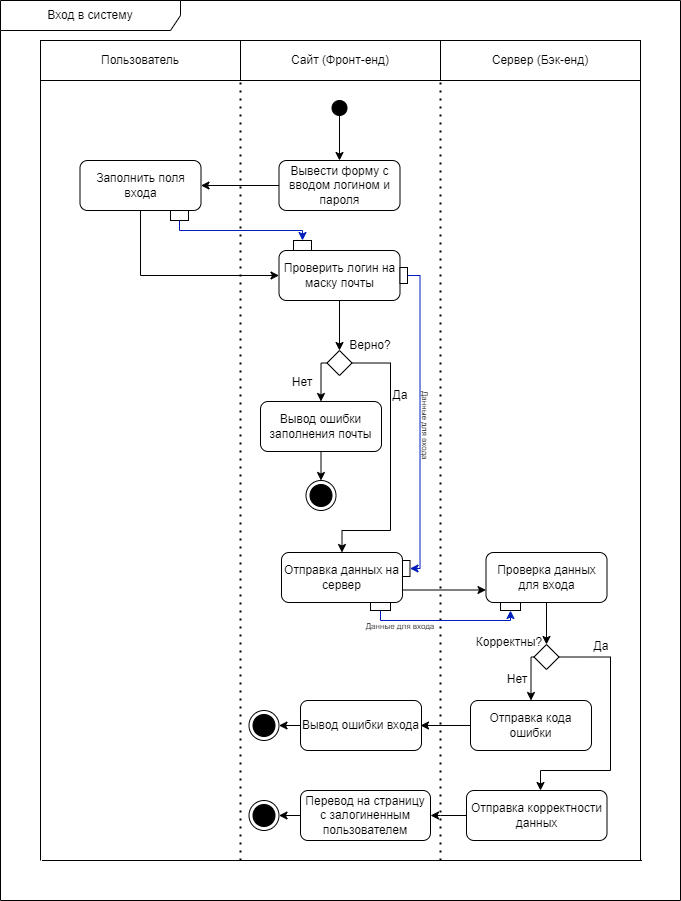
AS2/habrolink keeps this draw.io diagram as docs/activity_diagrams/вход в систему.png. Above is the earlier version. Source tidied: cells renumbered, new cells last; positions are measured from the earlier drawing's top-left corner, leaving out a move shared by most shapes.
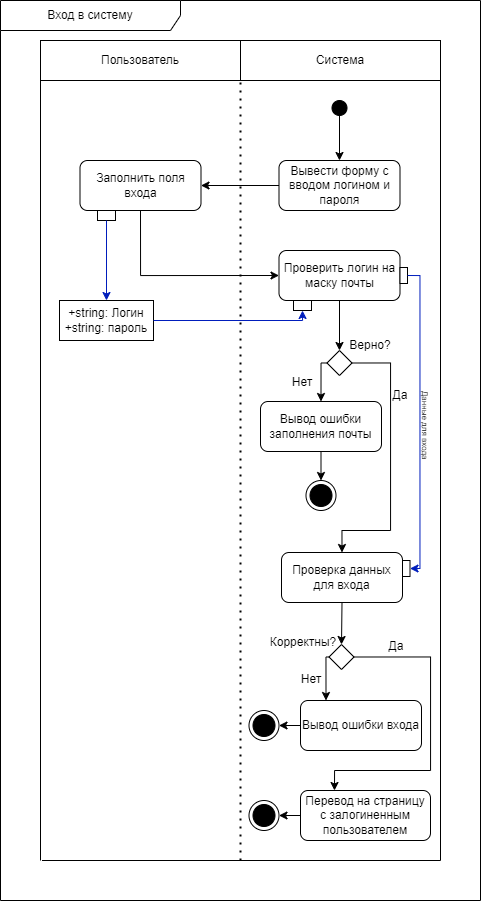
Later version of the same file.

Diff of the diagram source:
```diff
@@ -8,12 +8,9 @@
     <mxCell id="3" value="Пользователь" style="text;html=1;strokeColor=default;fillColor=none;align=center;verticalAlign=middle;whiteSpace=wrap;rounded=0;" parent="1" vertex="1">
       <mxGeometry x="40" y="40" width="200" height="40" as="geometry" />
     </mxCell>
-    <mxCell id="4" value="Сайт (Фронт-енд)" style="text;html=1;strokeColor=default;fillColor=none;align=center;verticalAlign=middle;whiteSpace=wrap;rounded=0;" parent="1" vertex="1">
+    <mxCell id="4" value="Система" style="text;html=1;strokeColor=default;fillColor=none;align=center;verticalAlign=middle;whiteSpace=wrap;rounded=0;" parent="1" vertex="1">
       <mxGeometry x="240" y="40" width="200" height="40" as="geometry" />
     </mxCell>
-    <mxCell id="5" value="Сервер (Бэк-енд)" style="text;html=1;strokeColor=default;fillColor=none;align=center;verticalAlign=middle;whiteSpace=wrap;rounded=0;" parent="1" vertex="1">
-      <mxGeometry x="440" y="40" width="200" height="40" as="geometry" />
-    </mxCell>
     <mxCell id="6" style="endArrow=classic;html=1;rounded=0;exitX=0.5;exitY=1;exitDx=0;exitDy=0;" parent="1" edge="1" source="2">
       <mxGeometry relative="1" as="geometry">
         <mxPoint x="339" y="160" as="targetPoint" />
@@ -37,8 +34,9 @@
     <mxCell id="12" style="endArrow=classic;html=1;rounded=0;exitX=0.5;exitY=1;exitDx=0;exitDy=0;entryX=0.5;entryY=0;entryDx=0;entryDy=0;" parent="1" edge="1" source="11" target="15">
       <mxGeometry relative="1" as="geometry" />
     </mxCell>
-    <mxCell id="13" style="edgeStyle=orthogonalEdgeStyle;rounded=0;jettySize=auto;html=1;exitX=1;exitY=0.5;exitDx=0;exitDy=0;entryX=0.5;entryY=0;entryDx=0;entryDy=0;" parent="1" edge="1" source="15" target="23">
+    <mxCell id="13" style="edgeStyle=orthogonalEdgeStyle;rounded=0;jettySize=auto;html=1;exitX=1;exitY=0.5;exitDx=0;exitDy=0;entryX=0.5;entryY=0;entryDx=0;entryDy=0;" parent="1" edge="1" source="15">
       <mxGeometry relative="1" as="geometry">
+        <mxPoint x="341.5" y="552" as="targetPoint" />
         <Array as="points">
           <mxPoint x="390" y="363" />
           <mxPoint x="390" y="530" />
@@ -69,51 +67,41 @@
         <mxPoint x="240" y="860" as="sourcePoint" />
       </mxGeometry>
     </mxCell>
-    <mxCell id="21" style="endArrow=none;dashed=1;html=1;dashPattern=1 3;strokeWidth=2;rounded=0;entryX=0;entryY=1;entryDx=0;entryDy=0;" parent="1" edge="1">
-      <mxGeometry relative="1" as="geometry">
-        <mxPoint x="440" y="860" as="sourcePoint" />
-        <mxPoint x="440" y="80" as="targetPoint" />
-      </mxGeometry>
-    </mxCell>
     <mxCell id="22" style="endArrow=none;html=1;rounded=0;entryX=0;entryY=1;entryDx=0;entryDy=0;" parent="1" edge="1" target="3">
       <mxGeometry relative="1" as="geometry">
         <mxPoint x="40" y="860" as="sourcePoint" />
       </mxGeometry>
     </mxCell>
-    <mxCell id="23" value="Отправка данных на сервер" style="text;html=1;strokeColor=default;fillColor=none;align=center;verticalAlign=middle;whiteSpace=wrap;rounded=1;" parent="1" vertex="1">
-      <mxGeometry x="281" y="552" width="121" height="50" as="geometry" />
-    </mxCell>
-    <mxCell id="24" style="endArrow=classic;html=1;rounded=0;exitX=1;exitY=0.75;exitDx=0;exitDy=0;entryX=0;entryY=0.75;entryDx=0;entryDy=0;" parent="1" edge="1" source="23" target="25">
-      <mxGeometry relative="1" as="geometry" />
-    </mxCell>
     <mxCell id="25" value="Проверка данных для входа" style="text;html=1;strokeColor=default;fillColor=none;align=center;verticalAlign=middle;whiteSpace=wrap;rounded=1;" parent="1" vertex="1">
-      <mxGeometry x="485.5" y="552" width="121" height="50" as="geometry" />
+      <mxGeometry x="281" y="552" width="121" height="50" as="geometry" />
     </mxCell>
     <mxCell id="26" style="endArrow=classic;html=1;rounded=0;exitX=0.5;exitY=1;exitDx=0;exitDy=0;entryX=0.5;entryY=0;entryDx=0;entryDy=0;" parent="1" edge="1" source="25" target="29">
       <mxGeometry relative="1" as="geometry" />
     </mxCell>
-    <mxCell id="27" style="edgeStyle=orthogonalEdgeStyle;rounded=0;jettySize=auto;html=1;exitX=1;exitY=0.5;exitDx=0;exitDy=0;entryX=0.5;entryY=0;entryDx=0;entryDy=0;" parent="1" edge="1" source="29">
+    <mxCell id="27" style="edgeStyle=orthogonalEdgeStyle;rounded=0;orthogonalLoop=1;jettySize=auto;html=1;exitX=1;exitY=0.5;exitDx=0;exitDy=0;entryX=0.5;entryY=0;entryDx=0;entryDy=0;" parent="1" edge="1">
       <mxGeometry relative="1" as="geometry">
-        <mxPoint x="540" y="790" as="targetPoint" />
+        <mxPoint x="352.5" y="656.5" as="sourcePoint" />
+        <mxPoint x="334" y="790" as="targetPoint" />
         <Array as="points">
-          <mxPoint x="610" y="657" />
-          <mxPoint x="610" y="770" />
-          <mxPoint x="540" y="770" />
+          <mxPoint x="430" y="657" />
+          <mxPoint x="430" y="770" />
+          <mxPoint x="334" y="770" />
         </Array>
       </mxGeometry>
     </mxCell>
-    <mxCell id="28" style="edgeStyle=orthogonalEdgeStyle;rounded=0;jettySize=auto;html=1;exitX=0;exitY=0.5;exitDx=0;exitDy=0;entryX=0.5;entryY=0;entryDx=0;entryDy=0;" parent="1" edge="1" source="29" target="34">
+    <mxCell id="28" style="edgeStyle=orthogonalEdgeStyle;rounded=0;jettySize=auto;html=1;exitX=0;exitY=0.5;exitDx=0;exitDy=0;entryX=0.5;entryY=0;entryDx=0;entryDy=0;" parent="1" edge="1" source="29">
       <mxGeometry relative="1" as="geometry">
+        <mxPoint x="325.5" y="700" as="targetPoint" />
         <Array as="points">
-          <mxPoint x="530" y="657" />
+          <mxPoint x="325" y="657" />
         </Array>
       </mxGeometry>
     </mxCell>
     <mxCell id="29" style="rhombus;whiteSpace=wrap;html=1;" parent="1" vertex="1">
-      <mxGeometry x="533.5" y="644" width="25" height="25" as="geometry" />
+      <mxGeometry x="328.5" y="644" width="25" height="25" as="geometry" />
     </mxCell>
     <mxCell id="30" value="Корректны?" style="text;html=1;strokeColor=none;fillColor=none;align=center;verticalAlign=middle;whiteSpace=wrap;rounded=0;" parent="1" vertex="1">
-      <mxGeometry x="479" y="629" width="60" height="25" as="geometry" />
+      <mxGeometry x="273" y="629" width="60" height="25" as="geometry" />
     </mxCell>
     <mxCell id="31" style="edgeStyle=orthogonalEdgeStyle;rounded=0;jettySize=auto;html=1;exitX=0;exitY=0.5;exitDx=0;exitDy=0;entryX=0.5;entryY=0;entryDx=0;entryDy=0;" parent="1" edge="1" source="15" target="32">
       <mxGeometry relative="1" as="geometry" />
@@ -122,25 +110,17 @@
       <mxGeometry x="260" y="401" width="121" height="50" as="geometry" />
     </mxCell>
     <mxCell id="33" value="Нет" style="text;html=1;strokeColor=none;fillColor=none;align=center;verticalAlign=middle;whiteSpace=wrap;rounded=0;" parent="1" vertex="1">
-      <mxGeometry x="487" y="664" width="60" height="30" as="geometry" />
+      <mxGeometry x="281" y="664" width="60" height="30" as="geometry" />
     </mxCell>
-    <mxCell id="34" value="Отправка кода ошибки" style="text;html=1;strokeColor=default;fillColor=none;align=center;verticalAlign=middle;whiteSpace=wrap;rounded=1;" parent="1" vertex="1">
-      <mxGeometry x="470" y="700" width="121" height="50" as="geometry" />
-    </mxCell>
     <mxCell id="35" style="endArrow=none;html=1;rounded=0;entryX=0;entryY=1;entryDx=0;entryDy=0;" parent="1" edge="1">
       <mxGeometry relative="1" as="geometry">
-        <mxPoint x="640" y="860" as="sourcePoint" />
-        <mxPoint x="640" y="80" as="targetPoint" />
+        <mxPoint x="440" y="860" as="sourcePoint" />
+        <mxPoint x="440" y="80" as="targetPoint" />
       </mxGeometry>
     </mxCell>
     <mxCell id="36" value="Да" style="text;html=1;strokeColor=none;fillColor=none;align=center;verticalAlign=middle;whiteSpace=wrap;rounded=0;" parent="1" vertex="1">
-      <mxGeometry x="571" y="631" width="60" height="30" as="geometry" />
+      <mxGeometry x="366" y="631" width="60" height="30" as="geometry" />
     </mxCell>
-    <mxCell id="37" style="endArrow=classic;html=1;rounded=0;exitX=0;exitY=0.5;exitDx=0;exitDy=0;" parent="1" edge="1" source="34">
-      <mxGeometry relative="1" as="geometry">
-        <mxPoint x="420" y="725" as="targetPoint" />
-      </mxGeometry>
-    </mxCell>
     <mxCell id="38" style="edgeStyle=orthogonalEdgeStyle;rounded=0;jettySize=auto;html=1;exitX=0;exitY=0.5;exitDx=0;exitDy=0;entryX=1;entryY=0.5;entryDx=0;entryDy=0;" parent="1" edge="1" source="39" target="40">
       <mxGeometry relative="1" as="geometry" />
     </mxCell>
@@ -150,24 +130,13 @@
     <mxCell id="40" style="ellipse;html=1;shape=endState;fillColor=strokeColor;" parent="1" vertex="1">
       <mxGeometry x="248.5" y="710" width="30" height="30" as="geometry" />
     </mxCell>
-    <mxCell id="41" style="edgeStyle=orthogonalEdgeStyle;rounded=0;jettySize=auto;html=1;exitX=0;exitY=0.5;exitDx=0;exitDy=0;entryX=1;entryY=0.5;entryDx=0;entryDy=0;" parent="1" edge="1" source="42" target="43">
-      <mxGeometry relative="1" as="geometry">
-        <Array as="points">
-          <mxPoint x="440" y="815" />
-          <mxPoint x="440" y="815" />
-        </Array>
-      </mxGeometry>
-    </mxCell>
-    <mxCell id="42" value="Отправка корректности данных" style="text;html=1;strokeColor=default;fillColor=none;align=center;verticalAlign=middle;whiteSpace=wrap;rounded=1;" parent="1" vertex="1">
-      <mxGeometry x="466" y="790" width="140.5" height="50" as="geometry" />
-    </mxCell>
     <mxCell id="43" value="Перевод на страницу с залогиненным пользователем" style="text;html=1;strokeColor=default;fillColor=none;align=center;verticalAlign=middle;whiteSpace=wrap;rounded=1;" parent="1" vertex="1">
       <mxGeometry x="300" y="790" width="130" height="50" as="geometry" />
     </mxCell>
     <mxCell id="44" style="endArrow=none;html=1;rounded=0;" parent="1" edge="1">
       <mxGeometry relative="1" as="geometry">
         <mxPoint x="41.5" y="860" as="sourcePoint" />
-        <mxPoint x="641.5" y="860" as="targetPoint" />
+        <mxPoint x="440" y="860" as="targetPoint" />
       </mxGeometry>
     </mxCell>
     <mxCell id="45" style="ellipse;html=1;shape=endState;fillColor=strokeColor;" parent="1" vertex="1">
@@ -179,13 +148,13 @@
       </mxGeometry>
     </mxCell>
     <mxCell id="47" value="Вход в систему" style="shape=umlFrame;whiteSpace=wrap;html=1;width=180;height=30;" parent="1" vertex="1">
-      <mxGeometry width="680" height="900" as="geometry" />
+      <mxGeometry width="480" height="900" as="geometry" />
     </mxCell>
     <mxCell id="48" style="rounded=0;whiteSpace=wrap;html=1;" parent="1" vertex="1">
-      <mxGeometry x="170" y="210" width="18" height="10" as="geometry" />
+      <mxGeometry x="97" y="210" width="18" height="10" as="geometry" />
     </mxCell>
     <mxCell id="49" style="rounded=0;whiteSpace=wrap;html=1;" parent="1" vertex="1">
-      <mxGeometry x="293" y="240" width="18" height="10" as="geometry" />
+      <mxGeometry x="293" y="300" width="18" height="10" as="geometry" />
     </mxCell>
     <mxCell id="50" style="rounded=0;whiteSpace=wrap;html=1;" parent="1" vertex="1">
       <mxGeometry x="399.5" y="267" width="7.5" height="16" as="geometry" />
@@ -193,10 +162,7 @@
     <mxCell id="51" style="rounded=0;whiteSpace=wrap;html=1;" parent="1" vertex="1">
       <mxGeometry x="402" y="560" width="7.5" height="16" as="geometry" />
     </mxCell>
-    <mxCell id="52" style="rounded=0;whiteSpace=wrap;html=1;" parent="1" vertex="1">
-      <mxGeometry x="500" y="602" width="20" height="8" as="geometry" />
-    </mxCell>
-    <mxCell id="53" style="endArrow=classic;html=1;rounded=0;exitX=0.5;exitY=1;exitDx=0;exitDy=0;entryX=0.5;entryY=0;entryDx=0;entryDy=0;edgeStyle=orthogonalEdgeStyle;fillColor=#0050ef;strokeColor=#001DBC;" parent="1" edge="1" source="48" target="49">
+    <mxCell id="53" style="endArrow=classic;html=1;rounded=0;exitX=0.5;exitY=1;exitDx=0;exitDy=0;edgeStyle=orthogonalEdgeStyle;fillColor=#0050ef;strokeColor=#001DBC;entryX=0.5;entryY=0;entryDx=0;entryDy=0;" parent="1" edge="1" source="48" target="59">
       <mxGeometry relative="1" as="geometry" />
     </mxCell>
     <mxCell id="54" value="&lt;font style=&quot;font-size: 8px;&quot;&gt;Данные для входа&lt;/font&gt;" style="text;html=1;strokeColor=none;fillColor=none;align=center;verticalAlign=middle;whiteSpace=wrap;rounded=0;rotation=90;" parent="1" vertex="1">
@@ -205,14 +171,11 @@
     <mxCell id="55" style="endArrow=classic;html=1;rounded=0;exitX=1;exitY=0.5;exitDx=0;exitDy=0;entryX=1;entryY=0.5;entryDx=0;entryDy=0;edgeStyle=orthogonalEdgeStyle;fillColor=#0050ef;strokeColor=#001DBC;" parent="1" edge="1" source="50" target="51">
       <mxGeometry relative="1" as="geometry" />
     </mxCell>
-    <mxCell id="56" style="rounded=0;whiteSpace=wrap;html=1;" parent="1" vertex="1">
-      <mxGeometry x="370" y="602" width="20" height="8" as="geometry" />
-    </mxCell>
-    <mxCell id="57" style="endArrow=classic;html=1;rounded=0;exitX=0.5;exitY=1;exitDx=0;exitDy=0;entryX=0.5;entryY=1;entryDx=0;entryDy=0;edgeStyle=orthogonalEdgeStyle;fillColor=#0050ef;strokeColor=#001DBC;" parent="1" edge="1" source="56" target="52">
-      <mxGeometry relative="1" as="geometry" />
-    </mxCell>
-    <mxCell id="58" value="&lt;font style=&quot;font-size: 8px;&quot;&gt;Данные для входа&lt;/font&gt;" style="text;html=1;strokeColor=none;fillColor=none;align=center;verticalAlign=middle;whiteSpace=wrap;rounded=0;rotation=0;" parent="1" vertex="1">
-      <mxGeometry x="364.2" y="610" width="71.5" height="30" as="geometry" />
-    </mxCell>
+    <mxCell id="59" value="+string: Логин&lt;br&gt;+string:&amp;nbsp;пароль" style="rounded=0;whiteSpace=wrap;html=1;" parent="1" vertex="1">
+      <mxGeometry x="59" y="300" width="94" height="40" as="geometry" />
+    </mxCell>
+    <mxCell id="60" style="endArrow=classic;html=1;rounded=0;exitX=1;exitY=0.5;exitDx=0;exitDy=0;edgeStyle=orthogonalEdgeStyle;fillColor=#0050ef;strokeColor=#001DBC;entryX=0.5;entryY=1;entryDx=0;entryDy=0;" parent="1" edge="1" source="59" target="49">
+      <mxGeometry relative="1" as="geometry" />
+    </mxCell>
   </root>
 </mxGraphModel>
```
